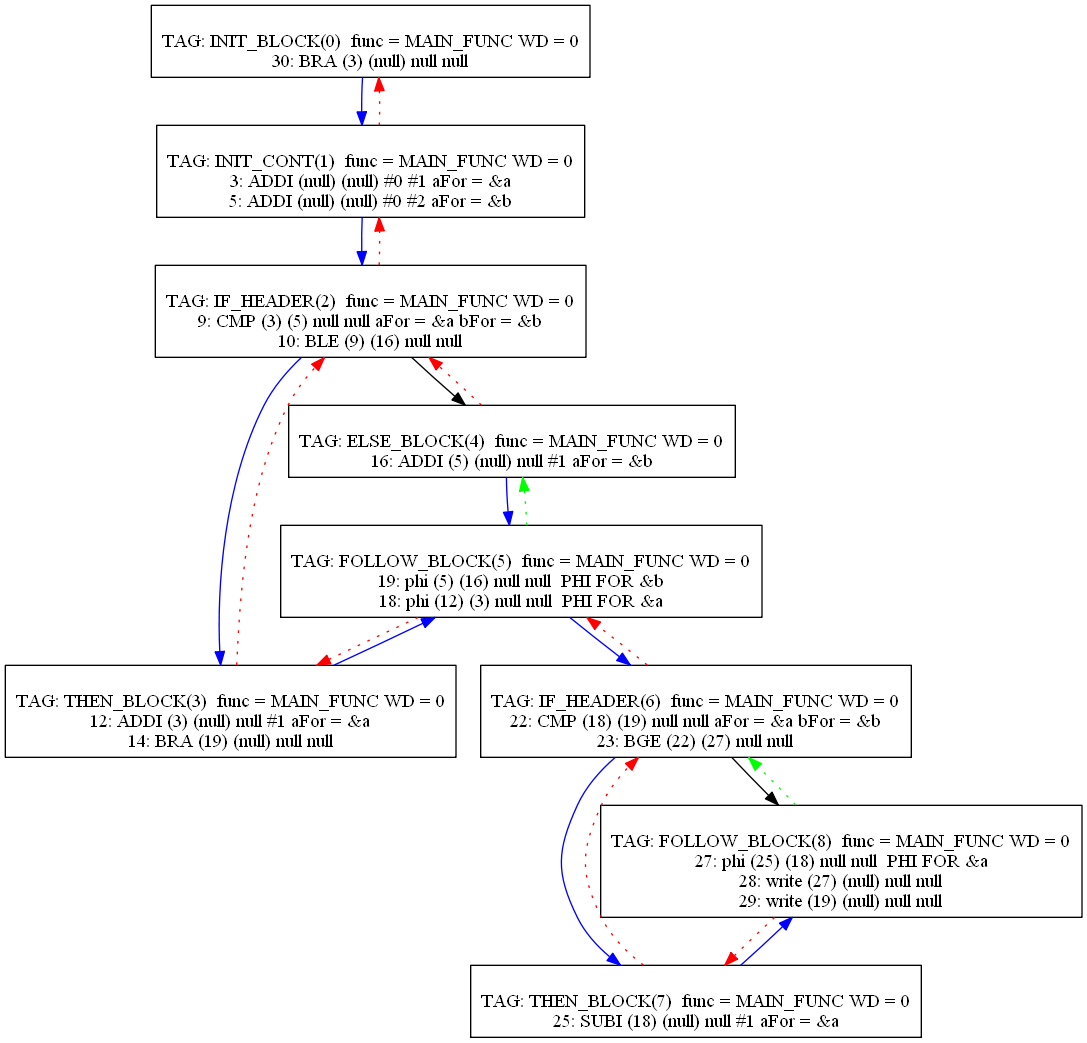
Before: Compiler/7graph.png, a diagram exported from Graphviz (mbajaj92/Project-Astoria). Its source is kept beside it as Compiler/7graph.dot. Its diagram source:
```dot
digraph {
0[label="
TAG: INIT_BLOCK(0)  func = MAIN_FUNC WD = 0
30: BRA (3) (null) null null
"];
0[shape=box];
0 -> 1[color=blue]
1[label="
TAG: INIT_CONT(1)  func = MAIN_FUNC WD = 0
3: ADDI (null) (null) #0 #1 aFor = &a
5: ADDI (null) (null) #0 #2 aFor = &b
"];
1[shape=box];
1 -> 2[color=blue]
1 -> 0[color=red][style=dotted]
2[label="
TAG: IF_HEADER(2)  func = MAIN_FUNC WD = 0
9: CMP (3) (5) null null aFor = &a bFor = &b
10: BLE (9) (16) null null
"];
2[shape=box];
2 -> 3[color=blue]
2 -> 4[color=black]
2 -> 1[color=red][style=dotted]
3[label="
TAG: THEN_BLOCK(3)  func = MAIN_FUNC WD = 0
12: ADDI (3) (null) null #1 aFor = &a
14: BRA (19) (null) null null
"];
3[shape=box];
3 -> 5[color=blue]
3 -> 2[color=red][style=dotted]
4[label="
TAG: ELSE_BLOCK(4)  func = MAIN_FUNC WD = 0
16: ADDI (5) (null) null #1 aFor = &b
"];
4[shape=box];
4 -> 5[color=blue]
4 -> 2[color=red][style=dotted]
5[label="
TAG: FOLLOW_BLOCK(5)  func = MAIN_FUNC WD = 0
19: phi (5) (16) null null  PHI FOR &b
18: phi (12) (3) null null  PHI FOR &a
"];
5[shape=box];
5 -> 6[color=blue]
5 -> 3[color=red][style=dotted]
5 -> 4[color=green][style=dotted]
6[label="
TAG: IF_HEADER(6)  func = MAIN_FUNC WD = 0
22: CMP (18) (19) null null aFor = &a bFor = &b
23: BGE (22) (27) null null
"];
6[shape=box];
6 -> 7[color=blue]
6 -> 8[color=black]
6 -> 5[color=red][style=dotted]
7[label="
TAG: THEN_BLOCK(7)  func = MAIN_FUNC WD = 0
25: SUBI (18) (null) null #1 aFor = &a
"];
7[shape=box];
7 -> 8[color=blue]
7 -> 6[color=red][style=dotted]
8[label="
TAG: FOLLOW_BLOCK(8)  func = MAIN_FUNC WD = 0
27: phi (25) (18) null null  PHI FOR &a
28: write (27) (null) null null
29: write (19) (null) null null
"];
8[shape=box];
8 -> 7[color=red][style=dotted]
8 -> 6[color=green][style=dotted]
}
```
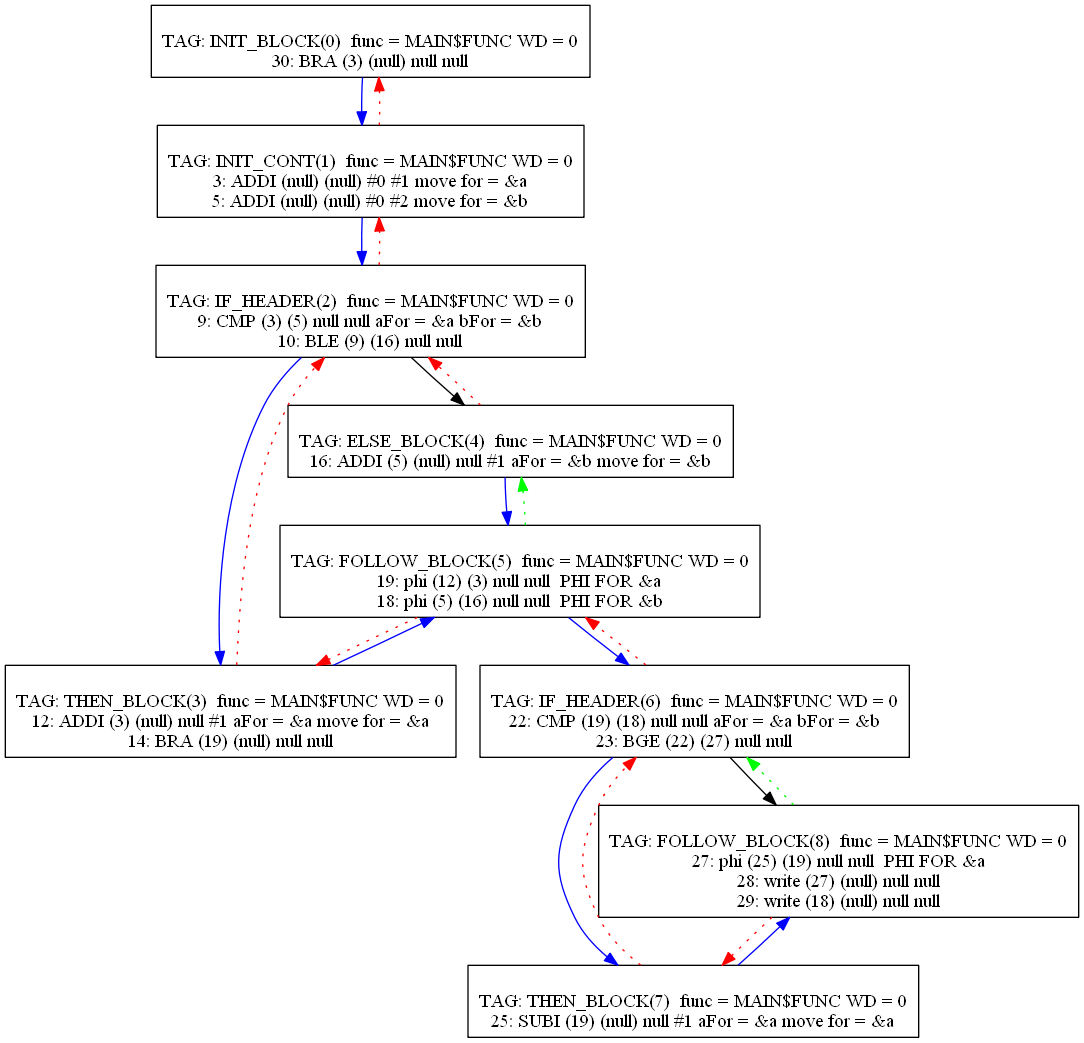
The same diagram one commit later.

What changed in the source:
```diff
@@ -1,20 +1,20 @@
 digraph {
 0[label="
-TAG: INIT_BLOCK(0)  func = MAIN_FUNC WD = 0
+TAG: INIT_BLOCK(0)  func = MAIN$FUNC WD = 0
 30: BRA (3) (null) null null
 "];
 0[shape=box];
 0 -> 1[color=blue]
 1[label="
-TAG: INIT_CONT(1)  func = MAIN_FUNC WD = 0
-3: ADDI (null) (null) #0 #1 aFor = &a
-5: ADDI (null) (null) #0 #2 aFor = &b
+TAG: INIT_CONT(1)  func = MAIN$FUNC WD = 0
+3: ADDI (null) (null) #0 #1 move for = &a
+5: ADDI (null) (null) #0 #2 move for = &b
 "];
 1[shape=box];
 1 -> 2[color=blue]
 1 -> 0[color=red][style=dotted]
 2[label="
-TAG: IF_HEADER(2)  func = MAIN_FUNC WD = 0
+TAG: IF_HEADER(2)  func = MAIN$FUNC WD = 0
 9: CMP (3) (5) null null aFor = &a bFor = &b
 10: BLE (9) (16) null null
 "];
@@ -23,32 +23,32 @@
 2 -> 4[color=black]
 2 -> 1[color=red][style=dotted]
 3[label="
-TAG: THEN_BLOCK(3)  func = MAIN_FUNC WD = 0
-12: ADDI (3) (null) null #1 aFor = &a
+TAG: THEN_BLOCK(3)  func = MAIN$FUNC WD = 0
+12: ADDI (3) (null) null #1 aFor = &a move for = &a
 14: BRA (19) (null) null null
 "];
 3[shape=box];
 3 -> 5[color=blue]
 3 -> 2[color=red][style=dotted]
 4[label="
-TAG: ELSE_BLOCK(4)  func = MAIN_FUNC WD = 0
-16: ADDI (5) (null) null #1 aFor = &b
+TAG: ELSE_BLOCK(4)  func = MAIN$FUNC WD = 0
+16: ADDI (5) (null) null #1 aFor = &b move for = &b
 "];
 4[shape=box];
 4 -> 5[color=blue]
 4 -> 2[color=red][style=dotted]
 5[label="
-TAG: FOLLOW_BLOCK(5)  func = MAIN_FUNC WD = 0
-19: phi (5) (16) null null  PHI FOR &b
-18: phi (12) (3) null null  PHI FOR &a
+TAG: FOLLOW_BLOCK(5)  func = MAIN$FUNC WD = 0
+19: phi (12) (3) null null  PHI FOR &a
+18: phi (5) (16) null null  PHI FOR &b
 "];
 5[shape=box];
 5 -> 6[color=blue]
 5 -> 3[color=red][style=dotted]
 5 -> 4[color=green][style=dotted]
 6[label="
-TAG: IF_HEADER(6)  func = MAIN_FUNC WD = 0
-22: CMP (18) (19) null null aFor = &a bFor = &b
+TAG: IF_HEADER(6)  func = MAIN$FUNC WD = 0
+22: CMP (19) (18) null null aFor = &a bFor = &b
 23: BGE (22) (27) null null
 "];
 6[shape=box];
@@ -56,17 +56,17 @@
 6 -> 8[color=black]
 6 -> 5[color=red][style=dotted]
 7[label="
-TAG: THEN_BLOCK(7)  func = MAIN_FUNC WD = 0
-25: SUBI (18) (null) null #1 aFor = &a
+TAG: THEN_BLOCK(7)  func = MAIN$FUNC WD = 0
+25: SUBI (19) (null) null #1 aFor = &a move for = &a
 "];
 7[shape=box];
 7 -> 8[color=blue]
 7 -> 6[color=red][style=dotted]
 8[label="
-TAG: FOLLOW_BLOCK(8)  func = MAIN_FUNC WD = 0
-27: phi (25) (18) null null  PHI FOR &a
+TAG: FOLLOW_BLOCK(8)  func = MAIN$FUNC WD = 0
+27: phi (25) (19) null null  PHI FOR &a
 28: write (27) (null) null null
-29: write (19) (null) null null
+29: write (18) (null) null null
 "];
 8[shape=box];
 8 -> 7[color=red][style=dotted]
```
